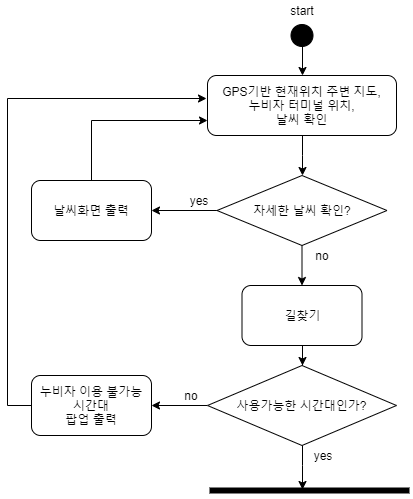
chisacam/CWNU19SE_2B keeps this draw.io diagram as 2nd_homework/activity_diagram/activity-top.png. Above is the earlier version. Source tidied: cells renumbered, new cells last; positions are measured from the earlier drawing's top-left corner, leaving out a move shared by most shapes.
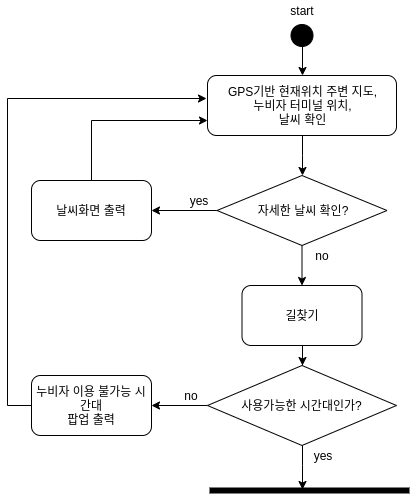
Later version of the same file.

Commit message:
update activity-diagram

What changed in the source:
```diff
@@ -2,14 +2,14 @@
   <root>
     <mxCell id="0" />
     <mxCell id="1" parent="0" />
-    <mxCell id="2" style="edgeStyle=orthogonalEdgeStyle;rounded=0;jettySize=auto;html=1;entryX=0.5;entryY=0;entryDx=0;entryDy=0;" parent="1" edge="1" target="5">
-      <mxGeometry relative="1" as="geometry">
-        <mxPoint x="295" y="45" as="sourcePoint" />
-      </mxGeometry>
-    </mxCell>
-    <mxCell id="3" style="ellipse;html=1;shape=startState;fillColor=#000000;strokeColor=#000000;" parent="1" vertex="1">
-      <mxGeometry x="279.5" y="20" width="30" height="30" as="geometry" />
-    </mxCell>
+    <mxCell id="24" style="edgeStyle=orthogonalEdgeStyle;rounded=0;jettySize=auto;html=1;entryX=0.5;entryY=0;entryDx=0;entryDy=0;" parent="1" edge="1" target="5">
+      <mxGeometry relative="1" as="geometry">
+        <mxPoint x="295" y="45" as="sourcePoint" />
+      </mxGeometry>
+    </mxCell>
+    <mxCell id="25" style="ellipse;html=1;shape=startState;fillColor=#000000;strokeColor=#000000;" parent="1" vertex="1">
+      <mxGeometry x="279.5" y="20" width="30" height="30" as="geometry" />
+    </mxCell>
     <mxCell id="4" style="edgeStyle=orthogonalEdgeStyle;rounded=0;jettySize=auto;html=1;entryX=0.5;entryY=0;entryDx=0;entryDy=0;strokeColor=#000000;" parent="1" edge="1" source="5" target="18">
       <mxGeometry relative="1" as="geometry" />
     </mxCell>
@@ -22,21 +22,21 @@
     <mxCell id="7" value="길찾기" style="rounded=1;whiteSpace=wrap;html=1;" parent="1" vertex="1">
       <mxGeometry x="234.5" y="285" width="120" height="60" as="geometry" />
     </mxCell>
-    <mxCell id="8" style="shape=line;html=1;strokeWidth=6;strokeColor=#000000;" parent="1" vertex="1">
-      <mxGeometry x="202" y="485" width="200" height="10" as="geometry" />
-    </mxCell>
-    <mxCell id="9" style="edgeStyle=orthogonalEdgeStyle;rounded=0;jettySize=auto;html=1;entryX=0.464;entryY=0.433;entryDx=0;entryDy=0;entryPerimeter=0;strokeColor=#000000;" parent="1" edge="1" source="11" target="8">
-      <mxGeometry relative="1" as="geometry" />
-    </mxCell>
+    <mxCell id="26" style="shape=line;html=1;strokeWidth=6;strokeColor=#000000;" parent="1" vertex="1">
+      <mxGeometry x="202" y="485" width="200" height="10" as="geometry" />
+    </mxCell>
+    <mxCell id="27" style="edgeStyle=orthogonalEdgeStyle;rounded=0;jettySize=auto;html=1;entryX=0.464;entryY=0.433;entryDx=0;entryDy=0;entryPerimeter=0;strokeColor=#000000;" parent="1" edge="1" source="11" target="26">
+      <mxGeometry relative="1" as="geometry" />
+    </mxCell>
     <mxCell id="10" style="edgeStyle=orthogonalEdgeStyle;rounded=0;jettySize=auto;html=1;strokeColor=#000000;" parent="1" edge="1" source="11" target="14">
       <mxGeometry relative="1" as="geometry" />
     </mxCell>
     <mxCell id="11" value="사용가능한 시간대인가?" style="rhombus;whiteSpace=wrap;html=1;" parent="1" vertex="1">
       <mxGeometry x="200" y="365" width="189" height="80" as="geometry" />
     </mxCell>
-    <mxCell id="12" value="yes" style="text;html=1;strokeColor=none;fillColor=none;align=center;verticalAlign=middle;whiteSpace=wrap;rounded=0;" parent="1" vertex="1">
-      <mxGeometry x="294.5" y="445" width="40" height="20" as="geometry" />
-    </mxCell>
+    <mxCell id="28" value="yes" style="text;html=1;strokeColor=none;fillColor=none;align=center;verticalAlign=middle;whiteSpace=wrap;rounded=0;" parent="1" vertex="1">
+      <mxGeometry x="294.5" y="445" width="40" height="20" as="geometry" />
+    </mxCell>
     <mxCell id="13" style="edgeStyle=orthogonalEdgeStyle;rounded=0;jettySize=auto;html=1;entryX=-0.005;entryY=0.383;entryDx=0;entryDy=0;entryPerimeter=0;" parent="1" edge="1" source="14" target="5">
       <mxGeometry relative="1" as="geometry">
         <Array as="points">
@@ -48,9 +48,9 @@
     <mxCell id="14" value="누비자 이용 불가능 시간대&lt;br&gt;팝업 출력" style="rounded=1;whiteSpace=wrap;html=1;" parent="1" vertex="1">
       <mxGeometry x="24" y="375" width="120" height="60" as="geometry" />
     </mxCell>
-    <mxCell id="15" value="no" style="text;html=1;strokeColor=none;fillColor=none;align=center;verticalAlign=middle;whiteSpace=wrap;rounded=0;" parent="1" vertex="1">
-      <mxGeometry x="164" y="385" width="40" height="20" as="geometry" />
-    </mxCell>
+    <mxCell id="29" value="no" style="text;html=1;strokeColor=none;fillColor=none;align=center;verticalAlign=middle;whiteSpace=wrap;rounded=0;" parent="1" vertex="1">
+      <mxGeometry x="164" y="385" width="40" height="20" as="geometry" />
+    </mxCell>
     <mxCell id="16" style="edgeStyle=orthogonalEdgeStyle;rounded=0;jettySize=auto;html=1;strokeColor=#000000;" parent="1" edge="1" source="18" target="7">
       <mxGeometry relative="1" as="geometry" />
     </mxCell>
@@ -60,12 +60,12 @@
     <mxCell id="18" value="자세한 날씨 확인?" style="rhombus;whiteSpace=wrap;html=1;" parent="1" vertex="1">
       <mxGeometry x="209.5" y="175" width="170" height="70" as="geometry" />
     </mxCell>
-    <mxCell id="19" value="no" style="text;html=1;strokeColor=none;fillColor=none;align=center;verticalAlign=middle;whiteSpace=wrap;rounded=0;" parent="1" vertex="1">
-      <mxGeometry x="294.5" y="245" width="40" height="20" as="geometry" />
-    </mxCell>
-    <mxCell id="20" value="yes" style="text;html=1;strokeColor=none;fillColor=none;align=center;verticalAlign=middle;whiteSpace=wrap;rounded=0;" parent="1" vertex="1">
-      <mxGeometry x="171" y="190" width="40" height="20" as="geometry" />
-    </mxCell>
+    <mxCell id="30" value="no" style="text;html=1;strokeColor=none;fillColor=none;align=center;verticalAlign=middle;whiteSpace=wrap;rounded=0;" parent="1" vertex="1">
+      <mxGeometry x="294.5" y="245" width="40" height="20" as="geometry" />
+    </mxCell>
+    <mxCell id="31" value="yes" style="text;html=1;strokeColor=none;fillColor=none;align=center;verticalAlign=middle;whiteSpace=wrap;rounded=0;" parent="1" vertex="1">
+      <mxGeometry x="171" y="190" width="40" height="20" as="geometry" />
+    </mxCell>
     <mxCell id="21" style="edgeStyle=orthogonalEdgeStyle;rounded=0;jettySize=auto;html=1;entryX=0;entryY=0.75;entryDx=0;entryDy=0;" parent="1" edge="1" source="22" target="5">
       <mxGeometry relative="1" as="geometry">
         <Array as="points">
```
